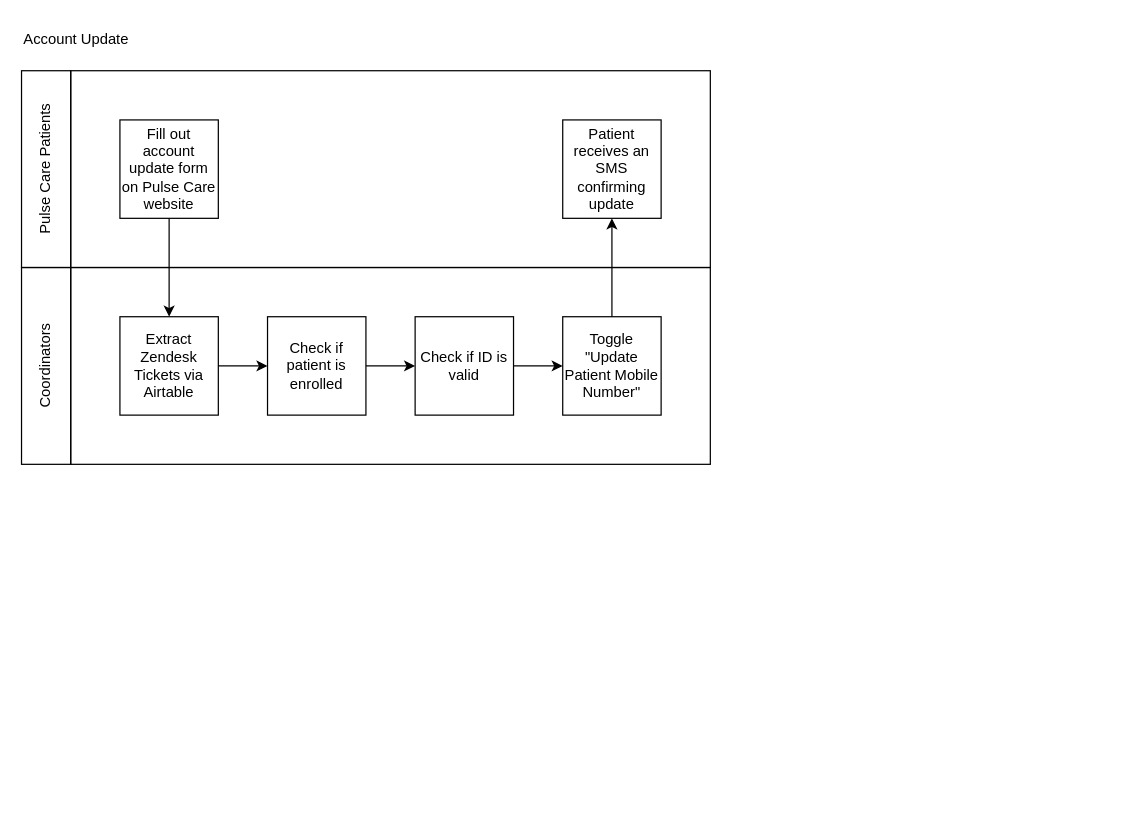
Above: page "Data Flow Diagram" (2 of 2) of Patient Programs/NS Pulse Care/Account Update.dio in MedGrocer/diagrams (draw.io), before the change. Source tidied: cells renumbered, new cells numbered last; positions are measured from the earlier drawing's top-left corner, leaving out a move shared by most shapes. Both pictures are drawn from the tidied source at 123%, with x=0, y=0 at pixel (-53, 21).
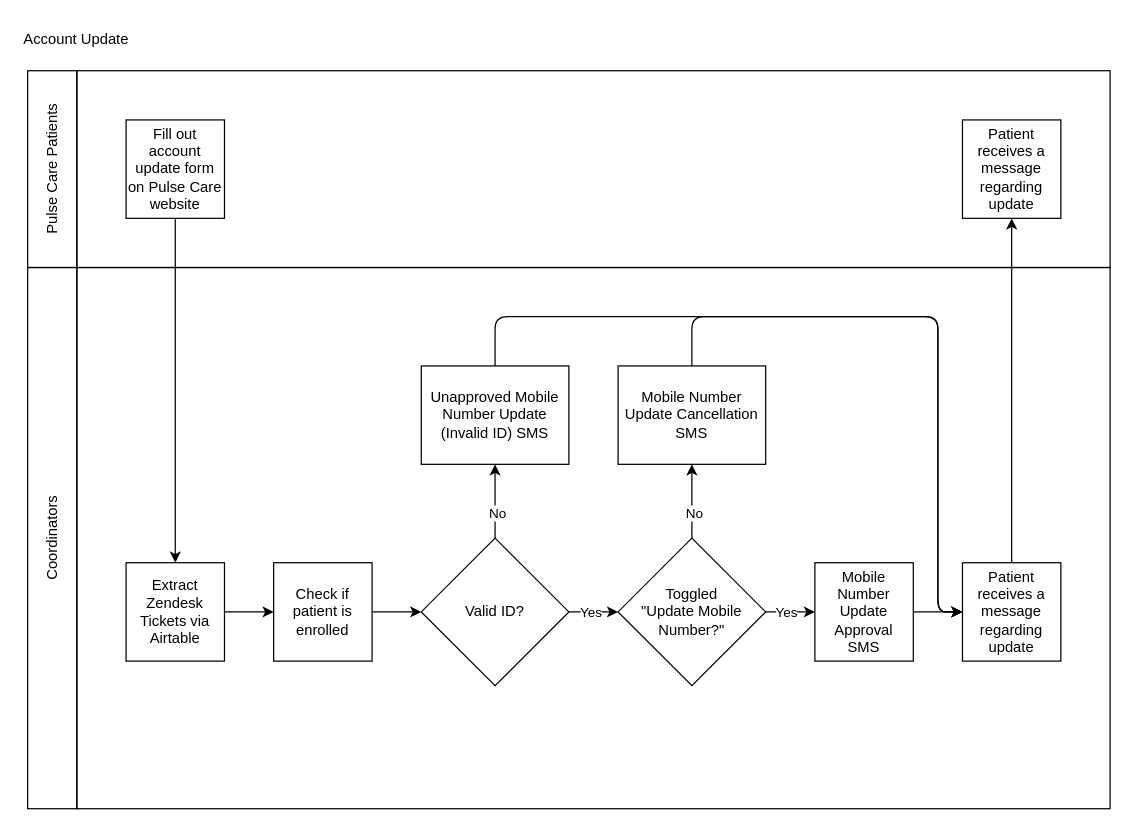
After the change.

The edit, as a diff of the source:
```diff
@@
-    <mxCell id="2" style="rounded=0;whiteSpace=wrap;html=1;fillColor=none;" parent="1" vertex="1">
-      <mxGeometry x="100" y="200" width="520" height="160" as="geometry" />
-    </mxCell>
-    <mxCell id="3" style="rounded=0;whiteSpace=wrap;html=1;fillColor=none;" parent="1" vertex="1">
-      <mxGeometry x="100" y="40" width="520" height="160" as="geometry" />
-    </mxCell>
+    <mxCell id="18" style="rounded=0;whiteSpace=wrap;html=1;fillColor=none;" parent="1" vertex="1">
+      <mxGeometry x="105" y="200" width="840" height="440" as="geometry" />
+    </mxCell>
+    <mxCell id="10" value="Account Update" style="text;html=1;align=left;verticalAlign=middle;strokeColor=none;fillColor=none;" parent="1" vertex="1">
+      <mxGeometry x="60" width="110" height="30" as="geometry" />
+    </mxCell>
+    <mxCell id="19" style="edgeStyle=none;html=1;" parent="1" edge="1" source="23" target="37">
+      <mxGeometry relative="1" as="geometry" />
+    </mxCell>
+    <mxCell id="20" value="No" style="edgeLabel;html=1;align=center;verticalAlign=middle;" parent="19" vertex="1">
+      <mxGeometry x="-0.3" y="-1" relative="1" as="geometry" />
+    </mxCell>
+    <mxCell id="21" style="edgeStyle=none;html=1;" parent="1" edge="1" source="23" target="31">
+      <mxGeometry relative="1" as="geometry" />
+    </mxCell>
+    <mxCell id="22" value="Yes" style="edgeLabel;html=1;align=center;verticalAlign=middle;" parent="21" vertex="1">
+      <mxGeometry x="-0.15" relative="1" as="geometry" />
+    </mxCell>
+    <mxCell id="23" value="Valid ID?" style="rhombus;whiteSpace=wrap;html=1;" parent="1" vertex="1">
+      <mxGeometry x="385" y="420" width="120" height="120" as="geometry" />
+    </mxCell>
+    <mxCell id="24" style="rounded=0;whiteSpace=wrap;html=1;fillColor=none;" parent="1" vertex="1">
+      <mxGeometry x="105" y="40" width="840" height="160" as="geometry" />
+    </mxCell>
     <mxCell id="4" value="Pulse Care Patients" style="rounded=0;whiteSpace=wrap;html=1;fillColor=none;rotation=-90;" parent="1" vertex="1">
-      <mxGeometry y="100" width="160" height="40" as="geometry" />
+      <mxGeometry x="5" y="100" width="160" height="40" as="geometry" />
     </mxCell>
-    <mxCell id="5" value="Coordinators" style="rounded=0;whiteSpace=wrap;html=1;fillColor=none;rotation=-90;" parent="1" vertex="1">
-      <mxGeometry y="260" width="160" height="40" as="geometry" />
-    </mxCell>
@@
     <mxCell id="7" value="Fill out account update form on Pulse Care website" style="rounded=0;whiteSpace=wrap;html=1;fillColor=none;" parent="1" vertex="1">
-      <mxGeometry x="140" y="80" width="80" height="80" as="geometry" />
+      <mxGeometry x="145" y="80" width="80" height="80" as="geometry" />
     </mxCell>
-    <mxCell id="8" style="edgeStyle=none;html=1;" parent="1" edge="1" source="9" target="12">
+    <mxCell id="8" style="edgeStyle=none;html=1;exitX=1;exitY=0.5;exitDx=0;exitDy=0;entryX=0;entryY=0.5;entryDx=0;entryDy=0;" parent="1" edge="1" source="9" target="12">
       <mxGeometry relative="1" as="geometry" />
     </mxCell>
     <mxCell id="9" value="Extract Zendesk Tickets via Airtable" style="rounded=0;whiteSpace=wrap;html=1;fillColor=none;" parent="1" vertex="1">
-      <mxGeometry x="140" y="240" width="80" height="80" as="geometry" />
+      <mxGeometry x="145" y="440" width="80" height="80" as="geometry" />
     </mxCell>
-    <mxCell id="10" value="Account Update" style="text;html=1;align=left;verticalAlign=middle;strokeColor=none;fillColor=none;" parent="1" vertex="1">
-      <mxGeometry x="60" width="110" height="30" as="geometry" />
-    </mxCell>
-    <mxCell id="11" style="edgeStyle=none;html=1;" parent="1" edge="1" source="12" target="14">
-      <mxGeometry relative="1" as="geometry" />
-    </mxCell>
+    <mxCell id="25" style="edgeStyle=none;html=1;" parent="1" edge="1" source="12" target="23">
+      <mxGeometry relative="1" as="geometry" />
+    </mxCell>
     <mxCell id="12" value="Check if patient is enrolled" style="rounded=0;whiteSpace=wrap;html=1;fillColor=none;" parent="1" vertex="1">
-      <mxGeometry x="260" y="240" width="80" height="80" as="geometry" />
+      <mxGeometry x="265" y="440" width="80" height="80" as="geometry" />
     </mxCell>
-    <mxCell id="13" style="edgeStyle=none;html=1;entryX=0;entryY=0.5;entryDx=0;entryDy=0;" parent="1" edge="1" source="14" target="16">
-      <mxGeometry relative="1" as="geometry" />
-    </mxCell>
-    <mxCell id="14" value="Check if ID is valid" style="rounded=0;whiteSpace=wrap;html=1;fillColor=none;" parent="1" vertex="1">
-      <mxGeometry x="380" y="240" width="80" height="80" as="geometry" />
-    </mxCell>
-    <mxCell id="15" style="edgeStyle=none;html=1;entryX=0.5;entryY=1;entryDx=0;entryDy=0;" parent="1" edge="1" source="16" target="17">
-      <mxGeometry relative="1" as="geometry" />
-    </mxCell>
-    <mxCell id="16" value="Toggle &quot;Update Patient Mobile Number&quot;" style="rounded=0;whiteSpace=wrap;html=1;fillColor=none;" parent="1" vertex="1">
-      <mxGeometry x="500" y="240" width="80" height="80" as="geometry" />
-    </mxCell>
-    <mxCell id="17" value="Patient receives an SMS confirming update" style="rounded=0;whiteSpace=wrap;html=1;fillColor=none;" parent="1" vertex="1">
-      <mxGeometry x="500" y="80" width="80" height="80" as="geometry" />
-    </mxCell>
+    <mxCell id="26" value="Patient receives a message regarding update" style="rounded=0;whiteSpace=wrap;html=1;fillColor=none;" parent="1" vertex="1">
+      <mxGeometry x="825" y="80" width="80" height="80" as="geometry" />
+    </mxCell>
+    <mxCell id="5" value="Coordinators" style="rounded=0;whiteSpace=wrap;html=1;fillColor=none;rotation=-90;" parent="1" vertex="1">
+      <mxGeometry x="-135" y="400" width="440" height="40" as="geometry" />
+    </mxCell>
+    <mxCell id="27" style="edgeStyle=none;html=1;" parent="1" edge="1" source="31" target="39">
+      <mxGeometry relative="1" as="geometry" />
+    </mxCell>
+    <mxCell id="28" value="No" style="edgeLabel;html=1;align=center;verticalAlign=middle;" parent="27" vertex="1">
+      <mxGeometry x="-0.3" y="-1" relative="1" as="geometry" />
+    </mxCell>
+    <mxCell id="29" style="edgeStyle=none;html=1;" parent="1" edge="1" source="31" target="33">
+      <mxGeometry relative="1" as="geometry" />
+    </mxCell>
+    <mxCell id="30" value="Yes" style="edgeLabel;html=1;align=center;verticalAlign=middle;" parent="29" vertex="1">
+      <mxGeometry x="-0.18" relative="1" as="geometry" />
+    </mxCell>
+    <mxCell id="31" value="Toggled&lt;br&gt;&quot;Update Mobile&lt;br&gt;Number?&quot;" style="rhombus;whiteSpace=wrap;html=1;" parent="1" vertex="1">
+      <mxGeometry x="545" y="420" width="120" height="120" as="geometry" />
+    </mxCell>
+    <mxCell id="32" style="edgeStyle=none;html=1;" parent="1" edge="1" source="33" target="35">
+      <mxGeometry relative="1" as="geometry" />
+    </mxCell>
+    <mxCell id="33" value="Mobile Number Update Approval&lt;br&gt;SMS" style="rounded=0;whiteSpace=wrap;html=1;fillColor=none;" parent="1" vertex="1">
+      <mxGeometry x="705" y="440" width="80" height="80" as="geometry" />
+    </mxCell>
+    <mxCell id="34" style="edgeStyle=none;html=1;" parent="1" edge="1" source="35" target="26">
+      <mxGeometry relative="1" as="geometry" />
+    </mxCell>
+    <mxCell id="35" value="Patient receives a message regarding update" style="rounded=0;whiteSpace=wrap;html=1;fillColor=none;" parent="1" vertex="1">
+      <mxGeometry x="825" y="440" width="80" height="80" as="geometry" />
+    </mxCell>
+    <mxCell id="36" style="edgeStyle=none;html=1;entryX=0;entryY=0.5;entryDx=0;entryDy=0;exitX=0.5;exitY=0;exitDx=0;exitDy=0;" parent="1" edge="1" source="37" target="35">
+      <mxGeometry relative="1" as="geometry">
+        <Array as="points">
+          <mxPoint x="445" y="240" />
+          <mxPoint x="805" y="240" />
+          <mxPoint x="805" y="480" />
+        </Array>
+      </mxGeometry>
+    </mxCell>
+    <mxCell id="37" value="Unapproved Mobile Number Update (Invalid ID) SMS" style="rounded=0;whiteSpace=wrap;html=1;fillColor=none;" parent="1" vertex="1">
+      <mxGeometry x="385" y="280" width="120" height="80" as="geometry" />
+    </mxCell>
+    <mxCell id="38" style="edgeStyle=none;html=1;entryX=0;entryY=0.5;entryDx=0;entryDy=0;exitX=0.5;exitY=0;exitDx=0;exitDy=0;" parent="1" edge="1" source="39" target="35">
+      <mxGeometry relative="1" as="geometry">
+        <Array as="points">
+          <mxPoint x="605" y="240" />
+          <mxPoint x="805" y="240" />
+          <mxPoint x="805" y="480" />
+        </Array>
+      </mxGeometry>
+    </mxCell>
+    <mxCell id="39" value="Mobile Number Update Cancellation SMS" style="rounded=0;whiteSpace=wrap;html=1;fillColor=none;" parent="1" vertex="1">
+      <mxGeometry x="545" y="280" width="120" height="80" as="geometry" />
+    </mxCell>
```
